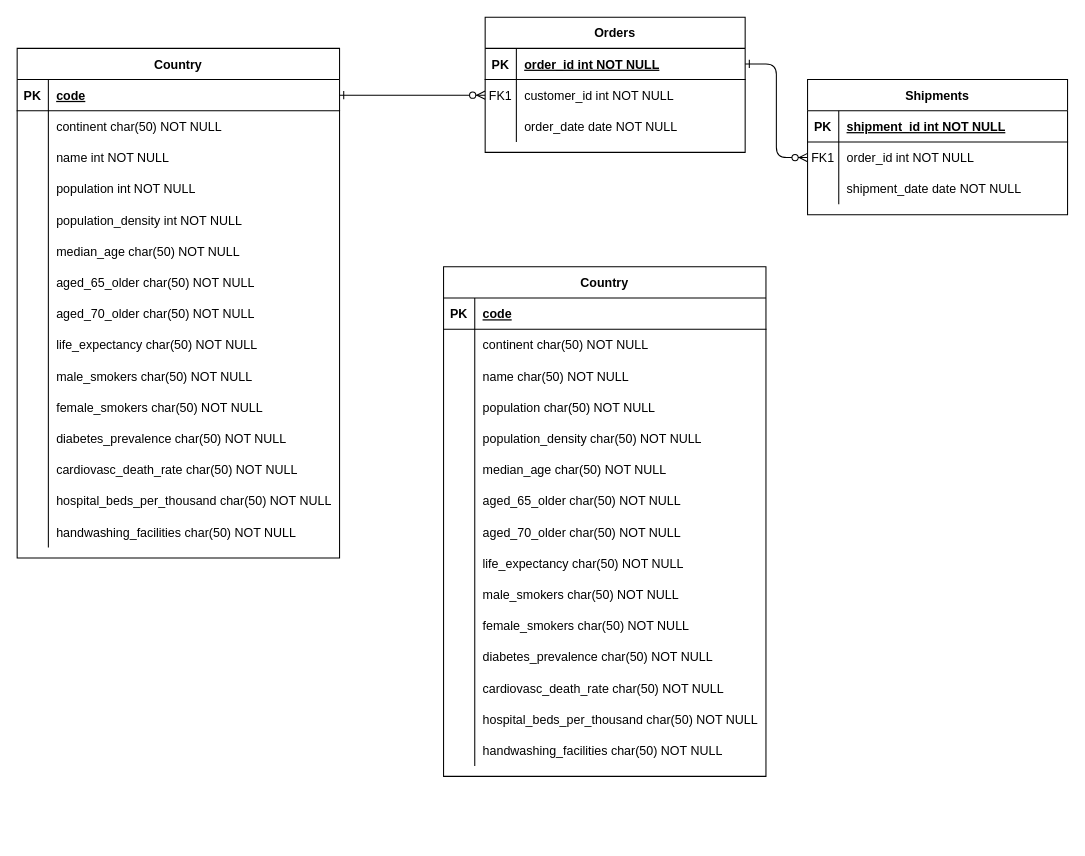
Above: bda/Untitled Diagram.drawio in elhadjhamlaoui/bda (draw.io), before the change. Source tidied: cells renumbered, new cells numbered last; positions are measured from the earlier drawing's top-left corner, leaving out a move shared by most shapes. Both pictures are drawn from the tidied source at 104%, with x=0, y=0 at pixel (17, 17).
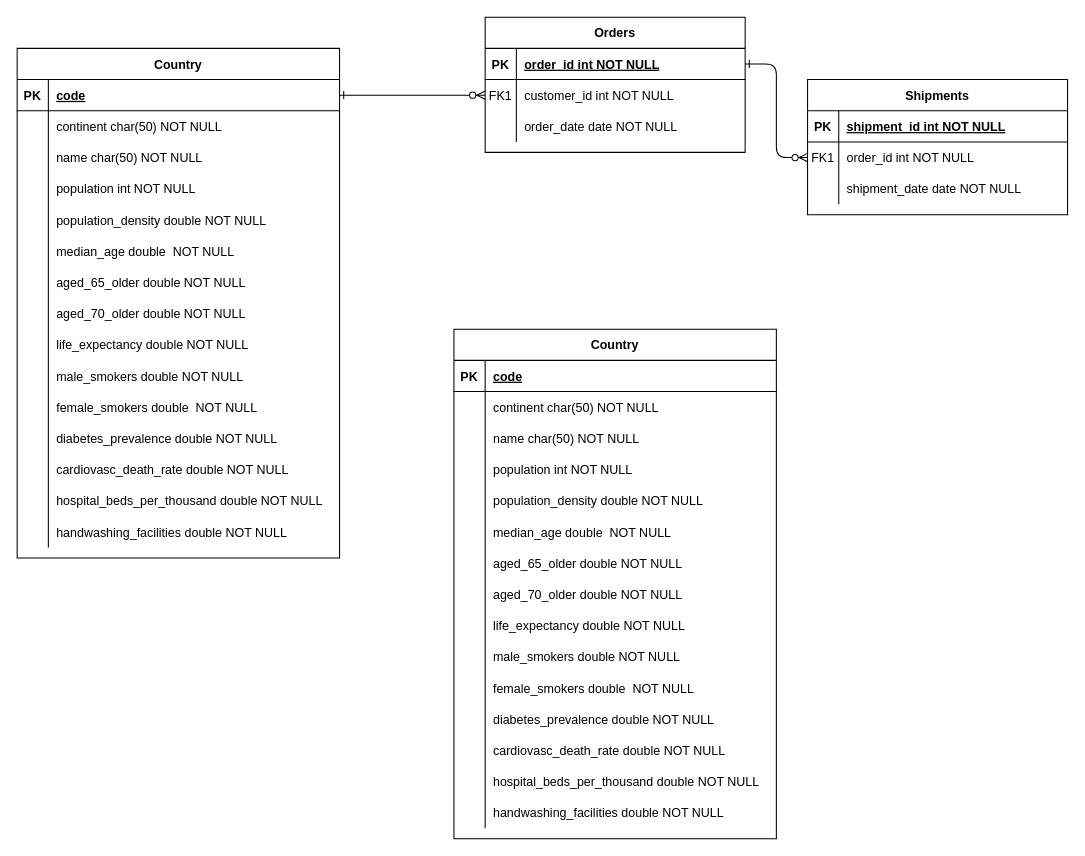
Above is the later version.

The change refers to these unchanged cells:
```xml
<mxCell id="31" style="shape=partialRectangle;fillColor=none;top=0;left=0;bottom=0;right=0;" parent="24" vertex="1">
<mxCell id="34" style="shape=partialRectangle;fillColor=none;top=0;left=0;bottom=0;right=0;" parent="24" vertex="1">
<mxCell id="37" style="shape=partialRectangle;fillColor=none;top=0;left=0;bottom=0;right=0;" parent="24" vertex="1">
<mxCell id="40" style="shape=partialRectangle;fillColor=none;top=0;left=0;bottom=0;right=0;" parent="24" vertex="1">
<mxCell id="43" style="shape=partialRectangle;fillColor=none;top=0;left=0;bottom=0;right=0;" parent="24" vertex="1">
<mxCell id="46" style="shape=partialRectangle;fillColor=none;top=0;left=0;bottom=0;right=0;" parent="24" vertex="1">
<mxCell id="49" style="shape=partialRectangle;fillColor=none;top=0;left=0;bottom=0;right=0;" parent="24" vertex="1">
<mxCell id="52" style="shape=partialRectangle;fillColor=none;top=0;left=0;bottom=0;right=0;" parent="24" vertex="1">
<mxCell id="55" style="shape=partialRectangle;fillColor=none;top=0;left=0;bottom=0;right=0;" parent="24" vertex="1">
<mxCell id="58" style="shape=partialRectangle;fillColor=none;top=0;left=0;bottom=0;right=0;" parent="24" vertex="1">
<mxCell id="61" style="shape=partialRectangle;fillColor=none;top=0;left=0;bottom=0;right=0;" parent="24" vertex="1">
<mxCell id="64" style="shape=partialRectangle;fillColor=none;top=0;left=0;bottom=0;right=0;" parent="24" vertex="1">
<mxCell id="67" style="shape=partialRectangle;fillColor=none;top=0;left=0;bottom=0;right=0;" parent="24" vertex="1">
<mxCell id="77" style="shape=partialRectangle;fillColor=none;top=0;left=0;bottom=0;right=0;" parent="70" vertex="1">
<mxCell id="80" style="shape=partialRectangle;fillColor=none;top=0;left=0;bottom=0;right=0;" parent="70" vertex="1">
<mxCell id="83" style="shape=partialRectangle;fillColor=none;top=0;left=0;bottom=0;right=0;" parent="70" vertex="1">
<mxCell id="86" style="shape=partialRectangle;fillColor=none;top=0;left=0;bottom=0;right=0;" parent="70" vertex="1">
<mxCell id="89" style="shape=partialRectangle;fillColor=none;top=0;left=0;bottom=0;right=0;" parent="70" vertex="1">
<mxCell id="92" style="shape=partialRectangle;fillColor=none;top=0;left=0;bottom=0;right=0;" parent="70" vertex="1">
<mxCell id="95" style="shape=partialRectangle;fillColor=none;top=0;left=0;bottom=0;right=0;" parent="70" vertex="1">
<mxCell id="98" style="shape=partialRectangle;fillColor=none;top=0;left=0;bottom=0;right=0;" parent="70" vertex="1">
<mxCell id="101" style="shape=partialRectangle;fillColor=none;top=0;left=0;bottom=0;right=0;" parent="70" vertex="1">
<mxCell id="104" style="shape=partialRectangle;fillColor=none;top=0;left=0;bottom=0;right=0;" parent="70" vertex="1">
<mxCell id="107" style="shape=partialRectangle;fillColor=none;top=0;left=0;bottom=0;right=0;" parent="70" vertex="1">
<mxCell id="110" style="shape=partialRectangle;fillColor=none;top=0;left=0;bottom=0;right=0;" parent="70" vertex="1">
<mxCell id="113" style="shape=partialRectangle;fillColor=none;top=0;left=0;bottom=0;right=0;" parent="70" vertex="1">
```

The edit, as a diff of the source:
```diff
@@
-    <mxCell id="33" value="name int NOT NULL" style="shape=partialRectangle;fillColor=none;top=0;left=0;bottom=0;right=0;align=left;spacingLeft=6;overflow=hidden;" parent="31" vertex="1">
+    <mxCell id="33" value="name char(50) NOT NULL" style="shape=partialRectangle;fillColor=none;top=0;left=0;bottom=0;right=0;align=left;spacingLeft=6;overflow=hidden;" parent="31" vertex="1">
       <mxGeometry x="30" width="280" height="30" as="geometry" />
     </mxCell>
@@
-    <mxCell id="36" value="population int NOT NULL" style="shape=partialRectangle;fillColor=none;top=0;left=0;bottom=0;right=0;align=left;spacingLeft=6;overflow=hidden;" parent="34" vertex="1">
+    <mxCell id="36" value="population int NOT NULL" style="shape=partialRectangle;fillColor=none;top=0;left=0;bottom=0;right=0;align=left;spacingLeft=6;overflow=hidden;" parent="34" vertex="1">
       <mxGeometry x="30" width="280" height="30" as="geometry" />
     </mxCell>
@@
-    <mxCell id="39" value="population_density int NOT NULL" style="shape=partialRectangle;fillColor=none;top=0;left=0;bottom=0;right=0;align=left;spacingLeft=6;overflow=hidden;" parent="37" vertex="1">
+    <mxCell id="39" value="population_density double NOT NULL" style="shape=partialRectangle;fillColor=none;top=0;left=0;bottom=0;right=0;align=left;spacingLeft=6;overflow=hidden;" parent="37" vertex="1">
       <mxGeometry x="30" width="280" height="30" as="geometry" />
     </mxCell>
@@
-    <mxCell id="42" value="median_age char(50) NOT NULL" style="shape=partialRectangle;fillColor=none;top=0;left=0;bottom=0;right=0;align=left;spacingLeft=6;overflow=hidden;" parent="40" vertex="1">
+    <mxCell id="42" value="median_age double  NOT NULL" style="shape=partialRectangle;fillColor=none;top=0;left=0;bottom=0;right=0;align=left;spacingLeft=6;overflow=hidden;" parent="40" vertex="1">
       <mxGeometry x="30" width="280" height="30" as="geometry" />
     </mxCell>
@@
-    <mxCell id="45" value="aged_65_older char(50) NOT NULL" style="shape=partialRectangle;fillColor=none;top=0;left=0;bottom=0;right=0;align=left;spacingLeft=6;overflow=hidden;" parent="43" vertex="1">
+    <mxCell id="45" value="aged_65_older double NOT NULL" style="shape=partialRectangle;fillColor=none;top=0;left=0;bottom=0;right=0;align=left;spacingLeft=6;overflow=hidden;" parent="43" vertex="1">
       <mxGeometry x="30" width="280" height="30" as="geometry" />
     </mxCell>
@@
-    <mxCell id="48" value="aged_70_older char(50) NOT NULL" style="shape=partialRectangle;fillColor=none;top=0;left=0;bottom=0;right=0;align=left;spacingLeft=6;overflow=hidden;" parent="46" vertex="1">
+    <mxCell id="48" value="aged_70_older double NOT NULL" style="shape=partialRectangle;fillColor=none;top=0;left=0;bottom=0;right=0;align=left;spacingLeft=6;overflow=hidden;" parent="46" vertex="1">
       <mxGeometry x="30" width="280" height="30" as="geometry" />
     </mxCell>
@@
-    <mxCell id="51" value="life_expectancy char(50) NOT NULL" style="shape=partialRectangle;fillColor=none;top=0;left=0;bottom=0;right=0;align=left;spacingLeft=6;overflow=hidden;" parent="49" vertex="1">
+    <mxCell id="51" value="life_expectancy double NOT NULL" style="shape=partialRectangle;fillColor=none;top=0;left=0;bottom=0;right=0;align=left;spacingLeft=6;overflow=hidden;" parent="49" vertex="1">
       <mxGeometry x="30" width="280" height="30" as="geometry" />
     </mxCell>
@@
-    <mxCell id="54" value="male_smokers char(50) NOT NULL" style="shape=partialRectangle;fillColor=none;top=0;left=0;bottom=0;right=0;align=left;spacingLeft=6;overflow=hidden;" parent="52" vertex="1">
+    <mxCell id="54" value="male_smokers double NOT NULL" style="shape=partialRectangle;fillColor=none;top=0;left=0;bottom=0;right=0;align=left;spacingLeft=6;overflow=hidden;" parent="52" vertex="1">
       <mxGeometry x="30" width="280" height="30" as="geometry" />
     </mxCell>
@@
-    <mxCell id="57" value="female_smokers char(50) NOT NULL" style="shape=partialRectangle;fillColor=none;top=0;left=0;bottom=0;right=0;align=left;spacingLeft=6;overflow=hidden;" parent="55" vertex="1">
+    <mxCell id="57" value="female_smokers double  NOT NULL" style="shape=partialRectangle;fillColor=none;top=0;left=0;bottom=0;right=0;align=left;spacingLeft=6;overflow=hidden;" parent="55" vertex="1">
       <mxGeometry x="30" width="280" height="30" as="geometry" />
     </mxCell>
@@
-    <mxCell id="60" value="diabetes_prevalence char(50) NOT NULL" style="shape=partialRectangle;fillColor=none;top=0;left=0;bottom=0;right=0;align=left;spacingLeft=6;overflow=hidden;" parent="58" vertex="1">
+    <mxCell id="60" value="diabetes_prevalence double NOT NULL" style="shape=partialRectangle;fillColor=none;top=0;left=0;bottom=0;right=0;align=left;spacingLeft=6;overflow=hidden;" parent="58" vertex="1">
       <mxGeometry x="30" width="280" height="30" as="geometry" />
     </mxCell>
@@
-    <mxCell id="63" value="cardiovasc_death_rate char(50) NOT NULL" style="shape=partialRectangle;fillColor=none;top=0;left=0;bottom=0;right=0;align=left;spacingLeft=6;overflow=hidden;" parent="61" vertex="1">
+    <mxCell id="63" value="cardiovasc_death_rate double NOT NULL" style="shape=partialRectangle;fillColor=none;top=0;left=0;bottom=0;right=0;align=left;spacingLeft=6;overflow=hidden;" parent="61" vertex="1">
       <mxGeometry x="30" width="280" height="30" as="geometry" />
     </mxCell>
@@
-    <mxCell id="66" value="hospital_beds_per_thousand char(50) NOT NULL" style="shape=partialRectangle;fillColor=none;top=0;left=0;bottom=0;right=0;align=left;spacingLeft=6;overflow=hidden;" parent="64" vertex="1">
+    <mxCell id="66" value="hospital_beds_per_thousand double NOT NULL" style="shape=partialRectangle;fillColor=none;top=0;left=0;bottom=0;right=0;align=left;spacingLeft=6;overflow=hidden;" parent="64" vertex="1">
       <mxGeometry x="30" width="280" height="30" as="geometry" />
     </mxCell>
@@
-    <mxCell id="69" value="handwashing_facilities char(50) NOT NULL" style="shape=partialRectangle;fillColor=none;top=0;left=0;bottom=0;right=0;align=left;spacingLeft=6;overflow=hidden;" parent="67" vertex="1">
+    <mxCell id="69" value="handwashing_facilities double NOT NULL" style="shape=partialRectangle;fillColor=none;top=0;left=0;bottom=0;right=0;align=left;spacingLeft=6;overflow=hidden;" parent="67" vertex="1">
       <mxGeometry x="30" width="280" height="30" as="geometry" />
     </mxCell>
     <mxCell id="70" value="Country" style="shape=table;startSize=30;childLayout=tableLayout;rowLines=0;fontStyle=1;align=center;" parent="1" vertex="1">
-      <mxGeometry x="410" y="240" width="310" height="490" as="geometry" />
+      <mxGeometry x="420" y="300" width="310" height="490" as="geometry" />
     </mxCell>
@@
-    <mxCell id="78" style="shape=partialRectangle;fillColor=none;top=0;left=0;bottom=0;right=0;overflow=hidden;" parent="77" vertex="1">
-      <mxGeometry width="30" height="30" as="geometry" />
-    </mxCell>
+    <mxCell id="116" style="shape=partialRectangle;fillColor=none;top=0;left=0;bottom=0;right=0;overflow=hidden;" parent="77" vertex="1">
+      <mxGeometry width="30" height="30" as="geometry" />
+    </mxCell>
@@
-    <mxCell id="81" style="shape=partialRectangle;fillColor=none;top=0;left=0;bottom=0;right=0;overflow=hidden;" parent="80" vertex="1">
-      <mxGeometry width="30" height="30" as="geometry" />
-    </mxCell>
-    <mxCell id="82" value="population char(50) NOT NULL" style="shape=partialRectangle;fillColor=none;top=0;left=0;bottom=0;right=0;align=left;spacingLeft=6;overflow=hidden;" parent="80" vertex="1">
-      <mxGeometry x="30" width="280" height="30" as="geometry" />
-    </mxCell>
+    <mxCell id="117" style="shape=partialRectangle;fillColor=none;top=0;left=0;bottom=0;right=0;overflow=hidden;" parent="80" vertex="1">
+      <mxGeometry width="30" height="30" as="geometry" />
+    </mxCell>
+    <mxCell id="118" value="population int NOT NULL" style="shape=partialRectangle;fillColor=none;top=0;left=0;bottom=0;right=0;align=left;spacingLeft=6;overflow=hidden;" parent="80" vertex="1">
+      <mxGeometry x="30" width="280" height="30" as="geometry" />
+    </mxCell>
@@
-    <mxCell id="84" style="shape=partialRectangle;fillColor=none;top=0;left=0;bottom=0;right=0;overflow=hidden;" parent="83" vertex="1">
-      <mxGeometry width="30" height="30" as="geometry" />
-    </mxCell>
-    <mxCell id="85" value="population_density char(50) NOT NULL" style="shape=partialRectangle;fillColor=none;top=0;left=0;bottom=0;right=0;align=left;spacingLeft=6;overflow=hidden;" parent="83" vertex="1">
-      <mxGeometry x="30" width="280" height="30" as="geometry" />
-    </mxCell>
+    <mxCell id="119" style="shape=partialRectangle;fillColor=none;top=0;left=0;bottom=0;right=0;overflow=hidden;" parent="83" vertex="1">
+      <mxGeometry width="30" height="30" as="geometry" />
+    </mxCell>
+    <mxCell id="120" value="population_density double NOT NULL" style="shape=partialRectangle;fillColor=none;top=0;left=0;bottom=0;right=0;align=left;spacingLeft=6;overflow=hidden;" parent="83" vertex="1">
+      <mxGeometry x="30" width="280" height="30" as="geometry" />
+    </mxCell>
@@
-    <mxCell id="87" style="shape=partialRectangle;fillColor=none;top=0;left=0;bottom=0;right=0;overflow=hidden;" parent="86" vertex="1">
-      <mxGeometry width="30" height="30" as="geometry" />
-    </mxCell>
-    <mxCell id="88" value="median_age char(50) NOT NULL" style="shape=partialRectangle;fillColor=none;top=0;left=0;bottom=0;right=0;align=left;spacingLeft=6;overflow=hidden;" parent="86" vertex="1">
-      <mxGeometry x="30" width="280" height="30" as="geometry" />
-    </mxCell>
+    <mxCell id="121" style="shape=partialRectangle;fillColor=none;top=0;left=0;bottom=0;right=0;overflow=hidden;" parent="86" vertex="1">
+      <mxGeometry width="30" height="30" as="geometry" />
+    </mxCell>
+    <mxCell id="122" value="median_age double  NOT NULL" style="shape=partialRectangle;fillColor=none;top=0;left=0;bottom=0;right=0;align=left;spacingLeft=6;overflow=hidden;" parent="86" vertex="1">
+      <mxGeometry x="30" width="280" height="30" as="geometry" />
+    </mxCell>
@@
-    <mxCell id="90" style="shape=partialRectangle;fillColor=none;top=0;left=0;bottom=0;right=0;overflow=hidden;" parent="89" vertex="1">
-      <mxGeometry width="30" height="30" as="geometry" />
-    </mxCell>
-    <mxCell id="91" value="aged_65_older char(50) NOT NULL" style="shape=partialRectangle;fillColor=none;top=0;left=0;bottom=0;right=0;align=left;spacingLeft=6;overflow=hidden;" parent="89" vertex="1">
-      <mxGeometry x="30" width="280" height="30" as="geometry" />
-    </mxCell>
+    <mxCell id="123" style="shape=partialRectangle;fillColor=none;top=0;left=0;bottom=0;right=0;overflow=hidden;" parent="89" vertex="1">
+      <mxGeometry width="30" height="30" as="geometry" />
+    </mxCell>
+    <mxCell id="124" value="aged_65_older double NOT NULL" style="shape=partialRectangle;fillColor=none;top=0;left=0;bottom=0;right=0;align=left;spacingLeft=6;overflow=hidden;" parent="89" vertex="1">
+      <mxGeometry x="30" width="280" height="30" as="geometry" />
+    </mxCell>
@@
-    <mxCell id="93" style="shape=partialRectangle;fillColor=none;top=0;left=0;bottom=0;right=0;overflow=hidden;" parent="92" vertex="1">
-      <mxGeometry width="30" height="30" as="geometry" />
-    </mxCell>
-    <mxCell id="94" value="aged_70_older char(50) NOT NULL" style="shape=partialRectangle;fillColor=none;top=0;left=0;bottom=0;right=0;align=left;spacingLeft=6;overflow=hidden;" parent="92" vertex="1">
-      <mxGeometry x="30" width="280" height="30" as="geometry" />
-    </mxCell>
+    <mxCell id="125" style="shape=partialRectangle;fillColor=none;top=0;left=0;bottom=0;right=0;overflow=hidden;" parent="92" vertex="1">
+      <mxGeometry width="30" height="30" as="geometry" />
+    </mxCell>
+    <mxCell id="126" value="aged_70_older double NOT NULL" style="shape=partialRectangle;fillColor=none;top=0;left=0;bottom=0;right=0;align=left;spacingLeft=6;overflow=hidden;" parent="92" vertex="1">
+      <mxGeometry x="30" width="280" height="30" as="geometry" />
+    </mxCell>
@@
-    <mxCell id="96" style="shape=partialRectangle;fillColor=none;top=0;left=0;bottom=0;right=0;overflow=hidden;" parent="95" vertex="1">
-      <mxGeometry width="30" height="30" as="geometry" />
-    </mxCell>
-    <mxCell id="97" value="life_expectancy char(50) NOT NULL" style="shape=partialRectangle;fillColor=none;top=0;left=0;bottom=0;right=0;align=left;spacingLeft=6;overflow=hidden;" parent="95" vertex="1">
-      <mxGeometry x="30" width="280" height="30" as="geometry" />
-    </mxCell>
+    <mxCell id="127" style="shape=partialRectangle;fillColor=none;top=0;left=0;bottom=0;right=0;overflow=hidden;" parent="95" vertex="1">
+      <mxGeometry width="30" height="30" as="geometry" />
+    </mxCell>
+    <mxCell id="128" value="life_expectancy double NOT NULL" style="shape=partialRectangle;fillColor=none;top=0;left=0;bottom=0;right=0;align=left;spacingLeft=6;overflow=hidden;" parent="95" vertex="1">
+      <mxGeometry x="30" width="280" height="30" as="geometry" />
+    </mxCell>
@@
-    <mxCell id="99" style="shape=partialRectangle;fillColor=none;top=0;left=0;bottom=0;right=0;overflow=hidden;" parent="98" vertex="1">
-      <mxGeometry width="30" height="30" as="geometry" />
-    </mxCell>
-    <mxCell id="100" value="male_smokers char(50) NOT NULL" style="shape=partialRectangle;fillColor=none;top=0;left=0;bottom=0;right=0;align=left;spacingLeft=6;overflow=hidden;" parent="98" vertex="1">
-      <mxGeometry x="30" width="280" height="30" as="geometry" />
-    </mxCell>
+    <mxCell id="129" style="shape=partialRectangle;fillColor=none;top=0;left=0;bottom=0;right=0;overflow=hidden;" parent="98" vertex="1">
+      <mxGeometry width="30" height="30" as="geometry" />
+    </mxCell>
+    <mxCell id="130" value="male_smokers double NOT NULL" style="shape=partialRectangle;fillColor=none;top=0;left=0;bottom=0;right=0;align=left;spacingLeft=6;overflow=hidden;" parent="98" vertex="1">
+      <mxGeometry x="30" width="280" height="30" as="geometry" />
+    </mxCell>
@@
-    <mxCell id="102" style="shape=partialRectangle;fillColor=none;top=0;left=0;bottom=0;right=0;overflow=hidden;" parent="101" vertex="1">
-      <mxGeometry width="30" height="30" as="geometry" />
-    </mxCell>
-    <mxCell id="103" value="female_smokers char(50) NOT NULL" style="shape=partialRectangle;fillColor=none;top=0;left=0;bottom=0;right=0;align=left;spacingLeft=6;overflow=hidden;" parent="101" vertex="1">
-      <mxGeometry x="30" width="280" height="30" as="geometry" />
-    </mxCell>
+    <mxCell id="131" style="shape=partialRectangle;fillColor=none;top=0;left=0;bottom=0;right=0;overflow=hidden;" parent="101" vertex="1">
+      <mxGeometry width="30" height="30" as="geometry" />
+    </mxCell>
+    <mxCell id="132" value="female_smokers double  NOT NULL" style="shape=partialRectangle;fillColor=none;top=0;left=0;bottom=0;right=0;align=left;spacingLeft=6;overflow=hidden;" parent="101" vertex="1">
+      <mxGeometry x="30" width="280" height="30" as="geometry" />
+    </mxCell>
@@
-    <mxCell id="105" style="shape=partialRectangle;fillColor=none;top=0;left=0;bottom=0;right=0;overflow=hidden;" parent="104" vertex="1">
-      <mxGeometry width="30" height="30" as="geometry" />
-    </mxCell>
-    <mxCell id="106" value="diabetes_prevalence char(50) NOT NULL" style="shape=partialRectangle;fillColor=none;top=0;left=0;bottom=0;right=0;align=left;spacingLeft=6;overflow=hidden;" parent="104" vertex="1">
-      <mxGeometry x="30" width="280" height="30" as="geometry" />
-    </mxCell>
+    <mxCell id="133" style="shape=partialRectangle;fillColor=none;top=0;left=0;bottom=0;right=0;overflow=hidden;" parent="104" vertex="1">
+      <mxGeometry width="30" height="30" as="geometry" />
+    </mxCell>
+    <mxCell id="134" value="diabetes_prevalence double NOT NULL" style="shape=partialRectangle;fillColor=none;top=0;left=0;bottom=0;right=0;align=left;spacingLeft=6;overflow=hidden;" parent="104" vertex="1">
+      <mxGeometry x="30" width="280" height="30" as="geometry" />
+    </mxCell>
@@
-    <mxCell id="108" style="shape=partialRectangle;fillColor=none;top=0;left=0;bottom=0;right=0;overflow=hidden;" parent="107" vertex="1">
-      <mxGeometry width="30" height="30" as="geometry" />
-    </mxCell>
-    <mxCell id="109" value="cardiovasc_death_rate char(50) NOT NULL" style="shape=partialRectangle;fillColor=none;top=0;left=0;bottom=0;right=0;align=left;spacingLeft=6;overflow=hidden;" parent="107" vertex="1">
-      <mxGeometry x="30" width="280" height="30" as="geometry" />
-    </mxCell>
+    <mxCell id="135" style="shape=partialRectangle;fillColor=none;top=0;left=0;bottom=0;right=0;overflow=hidden;" parent="107" vertex="1">
+      <mxGeometry width="30" height="30" as="geometry" />
+    </mxCell>
+    <mxCell id="136" value="cardiovasc_death_rate double NOT NULL" style="shape=partialRectangle;fillColor=none;top=0;left=0;bottom=0;right=0;align=left;spacingLeft=6;overflow=hidden;" parent="107" vertex="1">
+      <mxGeometry x="30" width="280" height="30" as="geometry" />
+    </mxCell>
@@
-    <mxCell id="111" style="shape=partialRectangle;fillColor=none;top=0;left=0;bottom=0;right=0;overflow=hidden;" parent="110" vertex="1">
-      <mxGeometry width="30" height="30" as="geometry" />
-    </mxCell>
-    <mxCell id="112" value="hospital_beds_per_thousand char(50) NOT NULL" style="shape=partialRectangle;fillColor=none;top=0;left=0;bottom=0;right=0;align=left;spacingLeft=6;overflow=hidden;" parent="110" vertex="1">
-      <mxGeometry x="30" width="280" height="30" as="geometry" />
-    </mxCell>
+    <mxCell id="137" style="shape=partialRectangle;fillColor=none;top=0;left=0;bottom=0;right=0;overflow=hidden;" parent="110" vertex="1">
+      <mxGeometry width="30" height="30" as="geometry" />
+    </mxCell>
+    <mxCell id="138" value="hospital_beds_per_thousand double NOT NULL" style="shape=partialRectangle;fillColor=none;top=0;left=0;bottom=0;right=0;align=left;spacingLeft=6;overflow=hidden;" parent="110" vertex="1">
+      <mxGeometry x="30" width="280" height="30" as="geometry" />
+    </mxCell>
@@
-    <mxCell id="114" style="shape=partialRectangle;fillColor=none;top=0;left=0;bottom=0;right=0;overflow=hidden;" parent="113" vertex="1">
-      <mxGeometry width="30" height="30" as="geometry" />
-    </mxCell>
-    <mxCell id="115" value="handwashing_facilities char(50) NOT NULL" style="shape=partialRectangle;fillColor=none;top=0;left=0;bottom=0;right=0;align=left;spacingLeft=6;overflow=hidden;" parent="113" vertex="1">
-      <mxGeometry x="30" width="280" height="30" as="geometry" />
-    </mxCell>
+    <mxCell id="139" style="shape=partialRectangle;fillColor=none;top=0;left=0;bottom=0;right=0;overflow=hidden;" parent="113" vertex="1">
+      <mxGeometry width="30" height="30" as="geometry" />
+    </mxCell>
+    <mxCell id="140" value="handwashing_facilities double NOT NULL" style="shape=partialRectangle;fillColor=none;top=0;left=0;bottom=0;right=0;align=left;spacingLeft=6;overflow=hidden;" parent="113" vertex="1">
+      <mxGeometry x="30" width="280" height="30" as="geometry" />
+    </mxCell>
```
